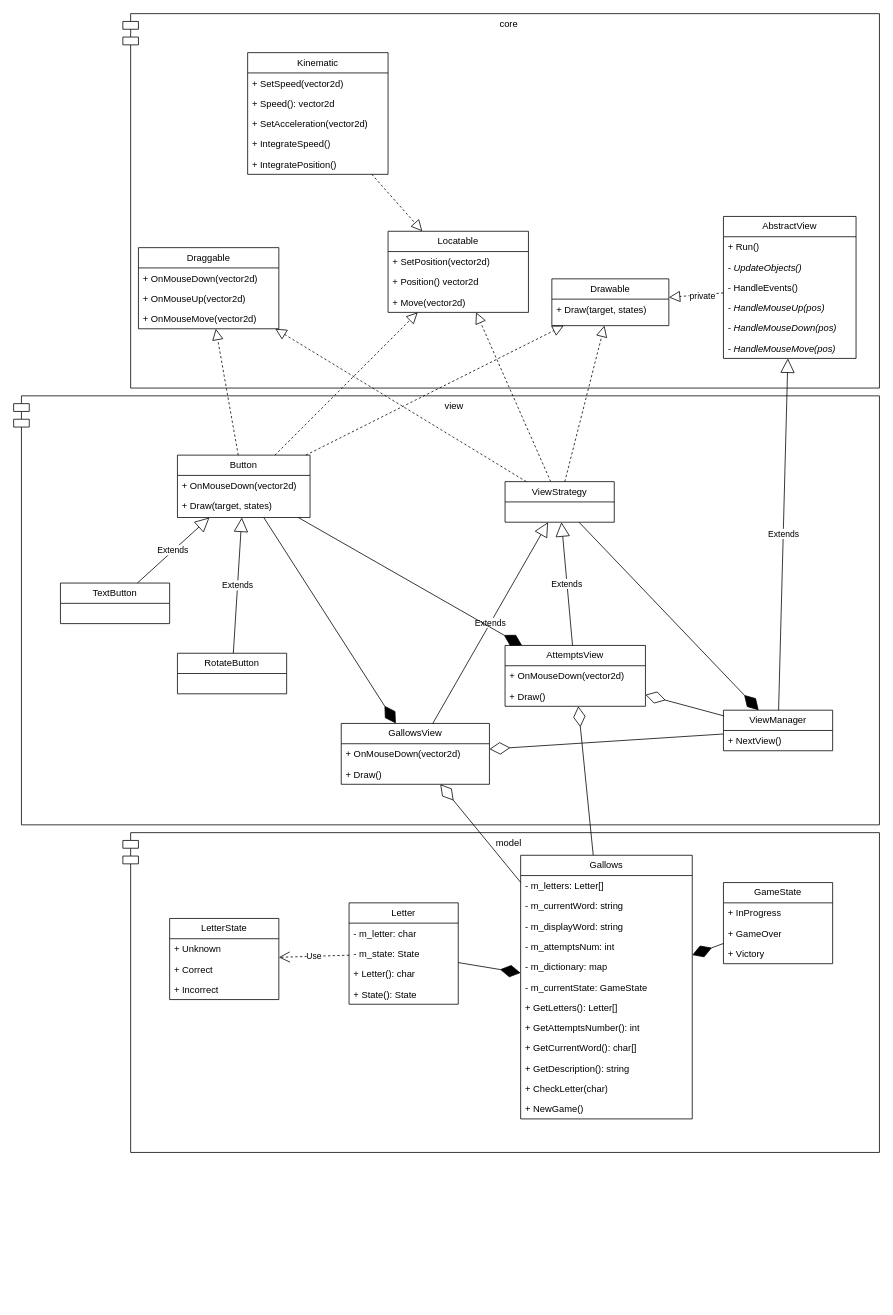
Depiflaks/CG keeps this draw.io diagram as labs/lab1/gallows/gallows.drawio. Above is the earlier version. Source tidied: cells renumbered, new cells numbered last; positions are measured from the earlier drawing's top-left corner, leaving out a move shared by most shapes. Both pictures are drawn from the tidied source at 78%, with x=0, y=0 at pixel (13, 13).
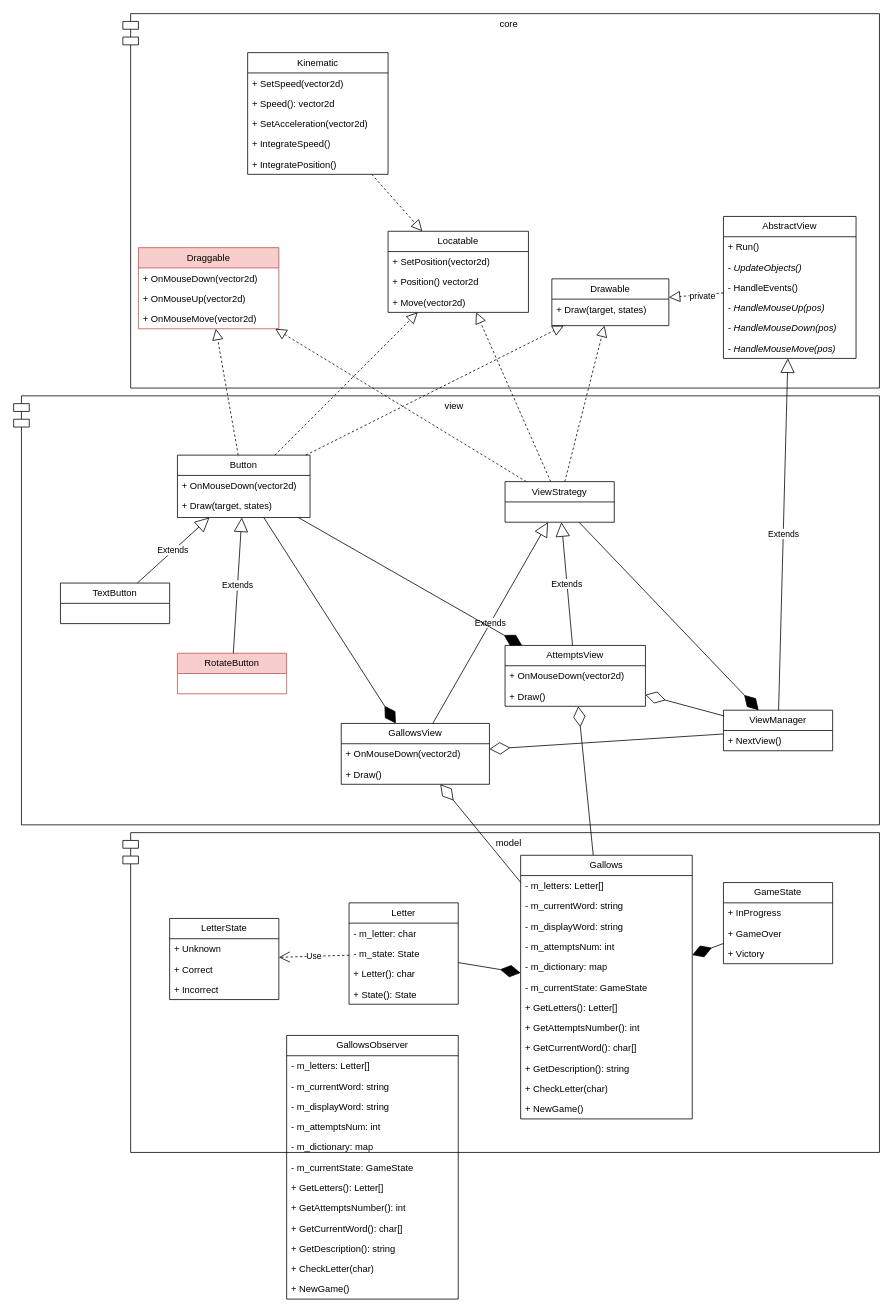
The same page after the edit.

Diff of the diagram source:
```diff
@@
-    <mxCell id="16" value="Draggable" style="swimlane;fontStyle=0;horizontal=1;startSize=26;fillColor=none;whiteSpace=wrap;html=1;" parent="1" vertex="1">
+    <mxCell id="16" value="Draggable" style="swimlane;fontStyle=0;horizontal=1;startSize=26;fillColor=#f8cecc;whiteSpace=wrap;html=1;strokeColor=#b85450;" parent="1" vertex="1">
       <mxGeometry x="160" y="300" width="180" height="104" as="geometry" />
     </mxCell>
@@
-    <mxCell id="84" value="RotateButton" style="swimlane;fontStyle=0;horizontal=1;startSize=26;fillColor=none;whiteSpace=wrap;html=1;" parent="1" vertex="1">
+    <mxCell id="84" value="RotateButton" style="swimlane;fontStyle=0;horizontal=1;startSize=26;fillColor=#f8cecc;whiteSpace=wrap;html=1;strokeColor=#b85450;" parent="1" vertex="1">
       <mxGeometry x="210" y="820" width="140" height="52" as="geometry" />
     </mxCell>
@@
+    <mxCell id="92" value="GallowsObserver" style="swimlane;fontStyle=0;horizontal=1;startSize=26;fillColor=none;whiteSpace=wrap;html=1;" parent="1" vertex="1">
+      <mxGeometry x="350" y="1310" width="220" height="338" as="geometry" />
+    </mxCell>
+    <mxCell id="93" value="- m_letters: Letter[]" style="text;strokeColor=none;fillColor=none;align=left;verticalAlign=top;spacingLeft=4;spacingRight=4;overflow=hidden;whiteSpace=wrap;html=1;" parent="92" vertex="1">
+      <mxGeometry y="26" width="220" height="26" as="geometry" />
+    </mxCell>
+    <mxCell id="94" value="- m_currentWord: string" style="text;strokeColor=none;fillColor=none;align=left;verticalAlign=top;spacingLeft=4;spacingRight=4;overflow=hidden;whiteSpace=wrap;html=1;" parent="92" vertex="1">
+      <mxGeometry y="52" width="220" height="26" as="geometry" />
+    </mxCell>
+    <mxCell id="95" value="- m_displayWord: string" style="text;strokeColor=none;fillColor=none;align=left;verticalAlign=top;spacingLeft=4;spacingRight=4;overflow=hidden;whiteSpace=wrap;html=1;" parent="92" vertex="1">
+      <mxGeometry y="78" width="220" height="26" as="geometry" />
+    </mxCell>
+    <mxCell id="96" value="- m_attemptsNum: int" style="text;strokeColor=none;fillColor=none;align=left;verticalAlign=top;spacingLeft=4;spacingRight=4;overflow=hidden;whiteSpace=wrap;html=1;" parent="92" vertex="1">
+      <mxGeometry y="104" width="220" height="26" as="geometry" />
+    </mxCell>
+    <mxCell id="97" value="- m_dictionary: map" style="text;strokeColor=none;fillColor=none;align=left;verticalAlign=top;spacingLeft=4;spacingRight=4;overflow=hidden;whiteSpace=wrap;html=1;" parent="92" vertex="1">
+      <mxGeometry y="130" width="220" height="26" as="geometry" />
+    </mxCell>
+    <mxCell id="98" value="- m_currentState: GameState" style="text;strokeColor=none;fillColor=none;align=left;verticalAlign=top;spacingLeft=4;spacingRight=4;overflow=hidden;whiteSpace=wrap;html=1;" parent="92" vertex="1">
+      <mxGeometry y="156" width="220" height="26" as="geometry" />
+    </mxCell>
+    <mxCell id="99" value="+ GetLetters(): Letter[]" style="text;strokeColor=none;fillColor=none;align=left;verticalAlign=top;spacingLeft=4;spacingRight=4;overflow=hidden;whiteSpace=wrap;html=1;" parent="92" vertex="1">
+      <mxGeometry y="182" width="220" height="26" as="geometry" />
+    </mxCell>
+    <mxCell id="100" value="+ GetAttemptsNumber(): int" style="text;strokeColor=none;fillColor=none;align=left;verticalAlign=top;spacingLeft=4;spacingRight=4;overflow=hidden;whiteSpace=wrap;html=1;" parent="92" vertex="1">
+      <mxGeometry y="208" width="220" height="26" as="geometry" />
+    </mxCell>
+    <mxCell id="101" value="+ GetCurrentWord(): char[]" style="text;strokeColor=none;fillColor=none;align=left;verticalAlign=top;spacingLeft=4;spacingRight=4;overflow=hidden;whiteSpace=wrap;html=1;" parent="92" vertex="1">
+      <mxGeometry y="234" width="220" height="26" as="geometry" />
+    </mxCell>
+    <mxCell id="102" value="+ GetDescription(): string" style="text;strokeColor=none;fillColor=none;align=left;verticalAlign=top;spacingLeft=4;spacingRight=4;overflow=hidden;whiteSpace=wrap;html=1;" parent="92" vertex="1">
+      <mxGeometry y="260" width="220" height="26" as="geometry" />
+    </mxCell>
+    <mxCell id="103" value="+ CheckLetter(char)" style="text;strokeColor=none;fillColor=none;align=left;verticalAlign=top;spacingLeft=4;spacingRight=4;overflow=hidden;whiteSpace=wrap;html=1;" parent="92" vertex="1">
+      <mxGeometry y="286" width="220" height="26" as="geometry" />
+    </mxCell>
+    <mxCell id="104" value="+ NewGame()" style="text;strokeColor=none;fillColor=none;align=left;verticalAlign=top;spacingLeft=4;spacingRight=4;overflow=hidden;whiteSpace=wrap;html=1;" parent="92" vertex="1">
+      <mxGeometry y="312" width="220" height="26" as="geometry" />
+    </mxCell>
```
